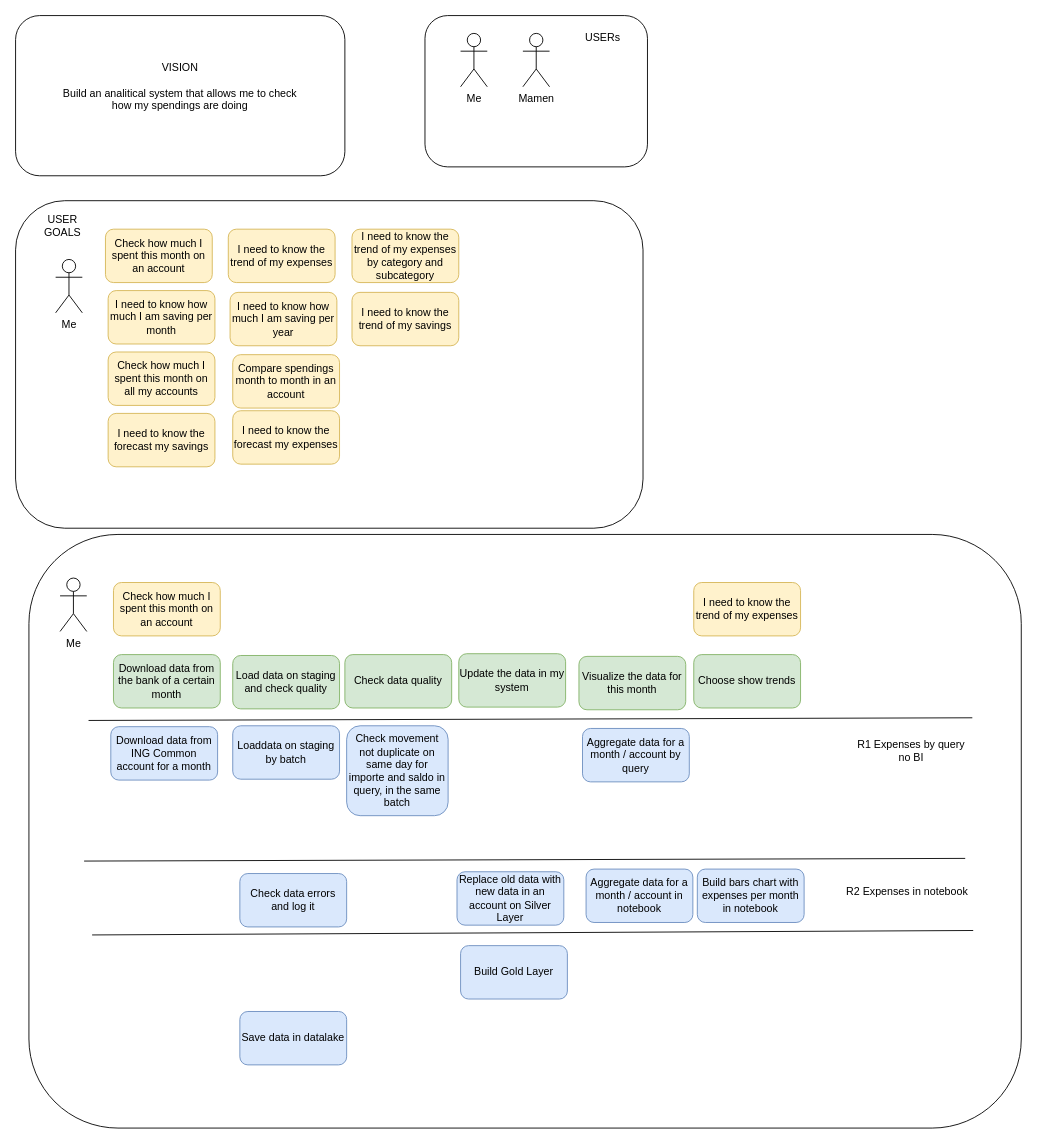
Before: page "User Story Mapping" (1 of 6) of diagrams.dio in cperezh/DataEng_Patterns, a draw.io diagram. Source tidied: cells renumbered, new cells numbered last; positions are measured from the earlier drawing's top-left corner, leaving out a move shared by most shapes. Both pictures are drawn from the tidied source at 89%, with x=0, y=0 at pixel (15, 15).
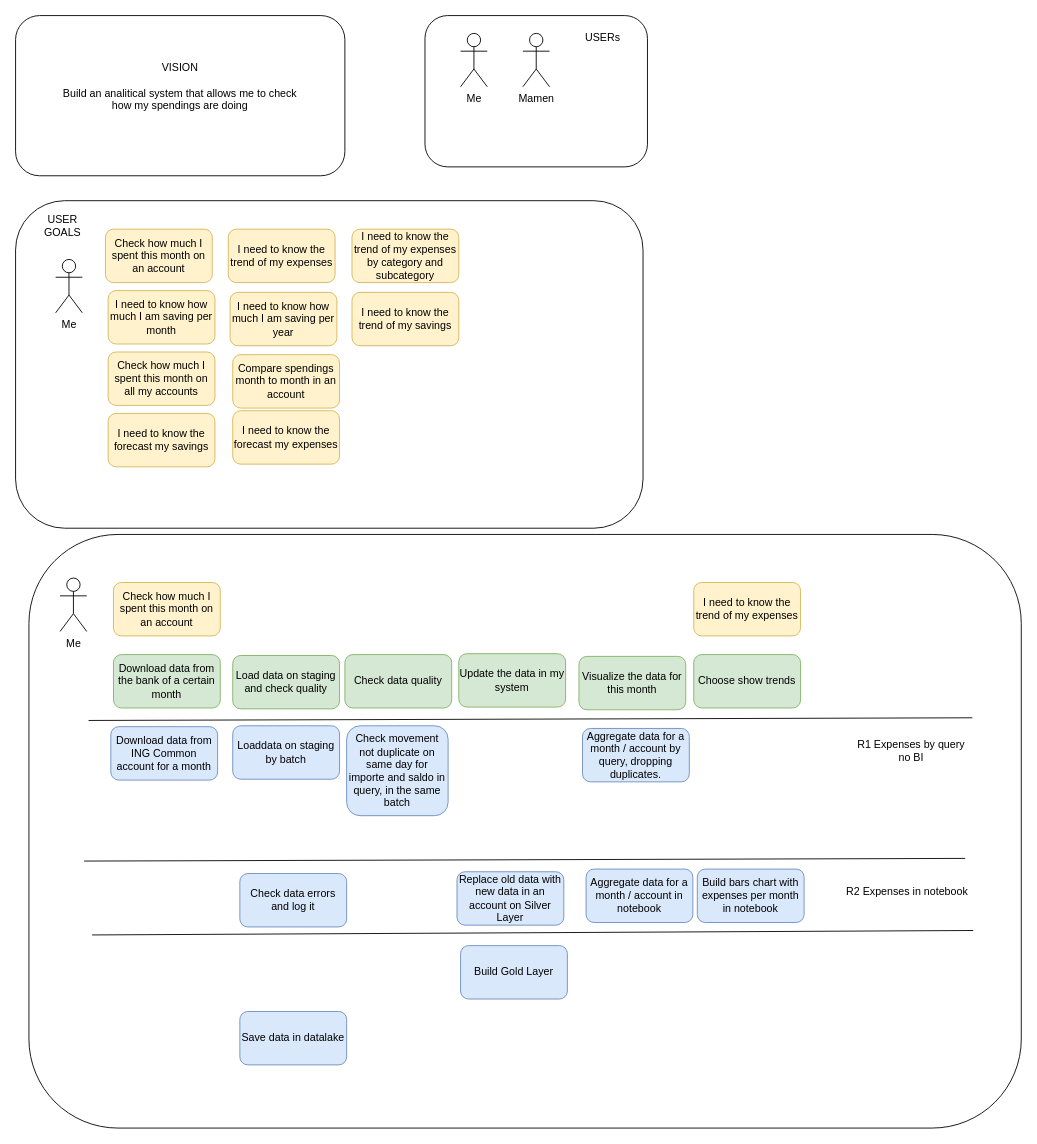
The same page after the edit.

What changed in the source:
```diff
@@
-    <mxCell id="30" value="Aggregate data for a month / account by query" style="rounded=1;whiteSpace=wrap;html=1;strokeColor=#6c8ebf;align=center;verticalAlign=middle;fontFamily=Helvetica;fontSize=12;fillColor=#dae8fc;" parent="1" vertex="1">
+    <mxCell id="30" value="Aggregate data for a month / account by query, dropping duplicates." style="rounded=1;whiteSpace=wrap;html=1;strokeColor=#6c8ebf;align=center;verticalAlign=middle;fontFamily=Helvetica;fontSize=12;fillColor=#dae8fc;" parent="1" vertex="1">
       <mxGeometry x="637" y="801" width="120" height="60" as="geometry" />
     </mxCell>
```
